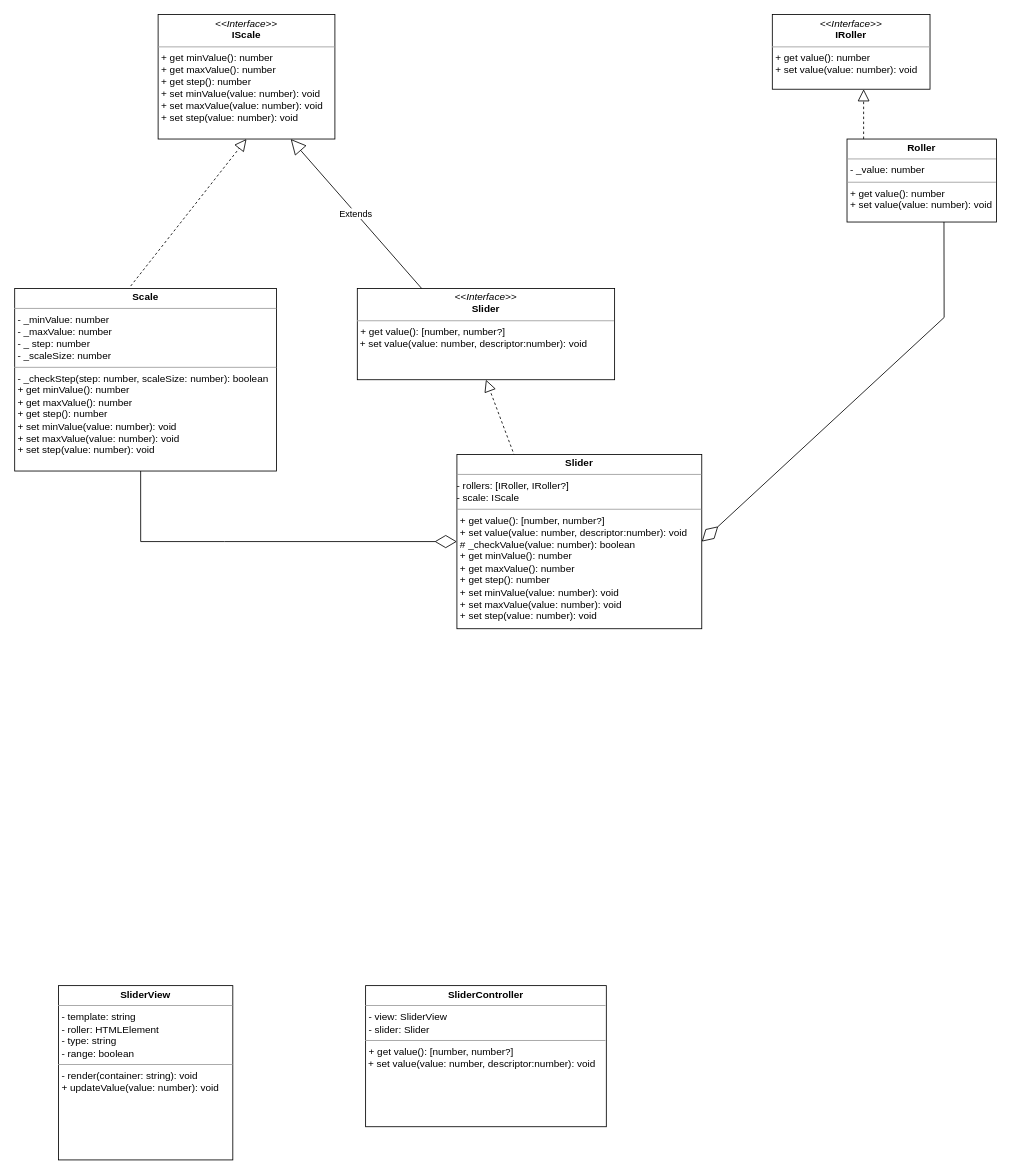
Above: documentation/uml-diagram.variant 2.drawio in AlexandrDyomin/range-slider-plugin (draw.io), before the change. Source tidied: cells renumbered, new cells numbered last; positions are measured from the earlier drawing's top-left corner, leaving out a move shared by most shapes. Both pictures are drawn from the tidied source at 83%, with x=0, y=0 at pixel (14, 14).
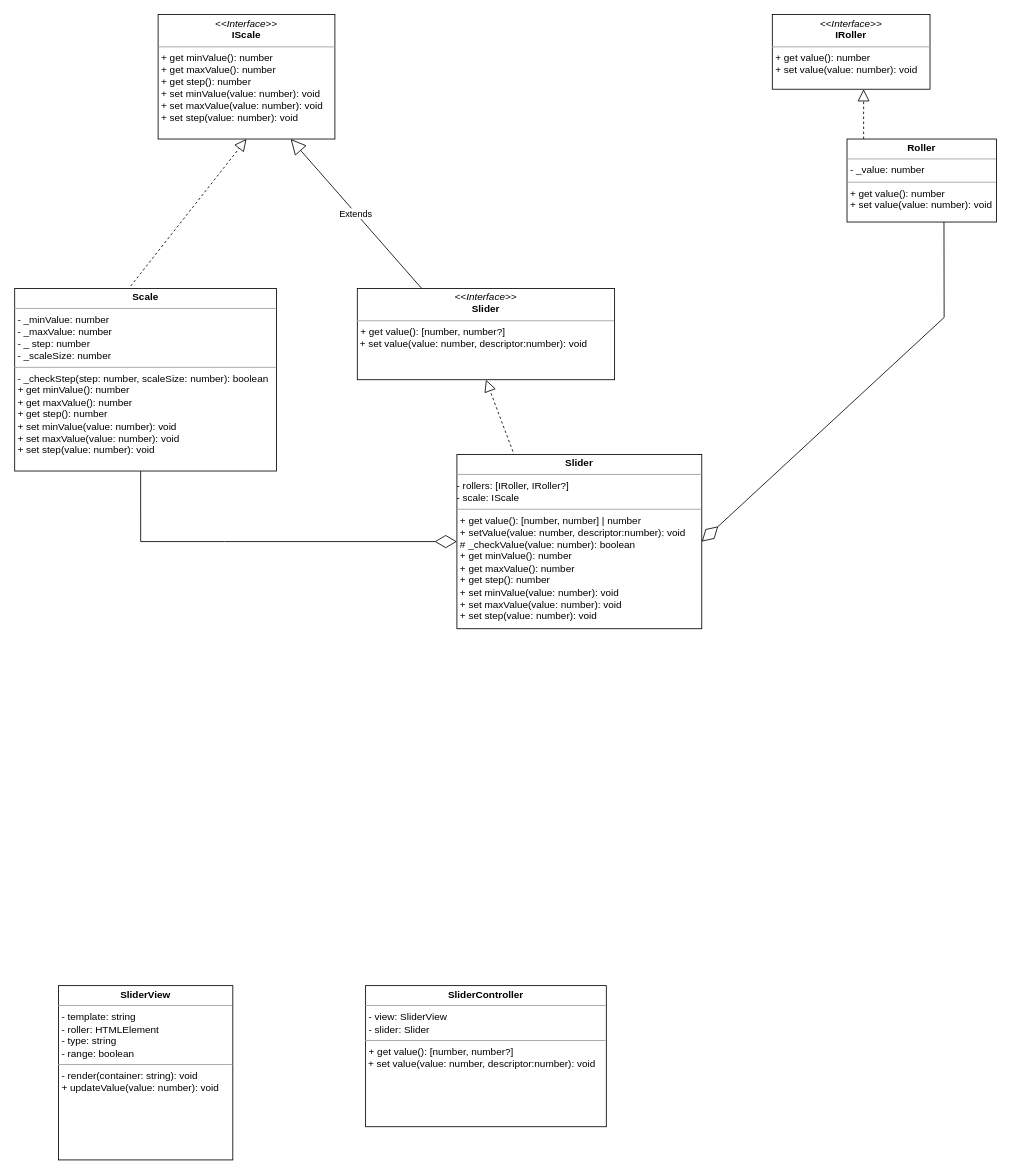
Above is the later version.

Commit message:
Изменил названия методов

Change to the diagram source:
```diff
@@
 <mxGraphModel>
   <root>
     <mxCell id="0" />
     <mxCell id="1" parent="0" />
     <mxCell id="2" value="&lt;p style=&quot;margin: 0px ; margin-top: 4px ; text-align: center&quot;&gt;&lt;i&gt;&amp;lt;&amp;lt;Interface&amp;gt;&amp;gt;&lt;/i&gt;&lt;br&gt;&lt;b&gt;IRoller&lt;/b&gt;&lt;/p&gt;&lt;hr size=&quot;1&quot;&gt;&lt;p style=&quot;margin: 0px ; margin-left: 4px&quot;&gt;&lt;span&gt;+ get value(): number&lt;/span&gt;&lt;br&gt;&lt;/p&gt;&lt;p style=&quot;margin: 0px 0px 0px 4px&quot;&gt;+ set value(value: number): void&lt;/p&gt;" style="verticalAlign=top;align=left;overflow=fill;fontSize=12;fontFamily=Helvetica;html=1;" parent="1" vertex="1">
       <mxGeometry x="913" width="190" height="90" as="geometry" />
     </mxCell>
     <mxCell id="3" value="&lt;p style=&quot;margin: 0px ; margin-top: 4px ; text-align: center&quot;&gt;&lt;i&gt;&amp;lt;&amp;lt;Interface&amp;gt;&amp;gt;&lt;/i&gt;&lt;br&gt;&lt;b&gt;IScale&lt;/b&gt;&lt;/p&gt;&lt;hr size=&quot;1&quot;&gt;&lt;p style=&quot;margin: 0px ; margin-left: 4px&quot;&gt;&lt;/p&gt;&lt;p style=&quot;margin: 0px ; margin-left: 4px&quot;&gt;+ get minValue(): number&lt;/p&gt;&lt;p style=&quot;margin: 0px ; margin-left: 4px&quot;&gt;+ get maxValue(): number&lt;br&gt;&lt;/p&gt;&lt;p style=&quot;margin: 0px ; margin-left: 4px&quot;&gt;+ get step(): number&lt;br&gt;&lt;/p&gt;&lt;p style=&quot;margin: 0px ; margin-left: 4px&quot;&gt;+ set minValue(value: number): void&lt;/p&gt;&lt;p style=&quot;margin: 0px ; margin-left: 4px&quot;&gt;+ set maxValue(value: number): void&lt;br&gt;&lt;/p&gt;&lt;p style=&quot;margin: 0px ; margin-left: 4px&quot;&gt;+ set step(value: number): void&lt;br&gt;&lt;/p&gt;" style="verticalAlign=top;align=left;overflow=fill;fontSize=12;fontFamily=Helvetica;html=1;" parent="1" vertex="1">
       <mxGeometry x="173" width="213" height="150" as="geometry" />
     </mxCell>
     <mxCell id="4" value="&lt;p style=&quot;margin: 0px ; margin-top: 4px ; text-align: center&quot;&gt;&lt;i&gt;&amp;lt;&amp;lt;Interface&amp;gt;&amp;gt;&lt;/i&gt;&lt;br&gt;&lt;b&gt;Slider&lt;/b&gt;&lt;/p&gt;&lt;hr size=&quot;1&quot;&gt;&lt;p style=&quot;margin: 0px ; margin-left: 4px&quot;&gt;+ get value(): [number, number?]&lt;/p&gt;&amp;nbsp;+ set value(value: number, descriptor:number): void" style="verticalAlign=top;align=left;overflow=fill;fontSize=12;fontFamily=Helvetica;html=1;" parent="1" vertex="1">
       <mxGeometry x="413" y="330" width="310" height="110" as="geometry" />
     </mxCell>
     <mxCell id="5" style="endArrow=block;dashed=1;endFill=0;endSize=12;html=1;rounded=0;exitX=0.5;exitY=1;exitDx=0;exitDy=0;entryX=0.5;entryY=1;entryDx=0;entryDy=0;" parent="1" edge="1" source="14" target="4">
       <mxGeometry relative="1" as="geometry" />
     </mxCell>
     <mxCell id="6" value="&lt;p style=&quot;margin: 0px ; margin-top: 4px ; text-align: center&quot;&gt;&lt;b&gt;Roller&lt;/b&gt;&lt;/p&gt;&lt;hr size=&quot;1&quot;&gt;&lt;p style=&quot;margin: 0px ; margin-left: 4px&quot;&gt;- _value: number&lt;/p&gt;&lt;hr size=&quot;1&quot;&gt;&lt;p style=&quot;margin: 0px ; margin-left: 4px&quot;&gt;+ get value(): number&lt;/p&gt;&lt;p style=&quot;margin: 0px ; margin-left: 4px&quot;&gt;+ set value(value: number): void&lt;/p&gt;" style="verticalAlign=top;align=left;overflow=fill;fontSize=12;fontFamily=Helvetica;html=1;" parent="1" vertex="1">
       <mxGeometry x="1003" y="150" width="180" height="100" as="geometry" />
     </mxCell>
     <mxCell id="7" value="&lt;p style=&quot;margin: 0px ; margin-top: 4px ; text-align: center&quot;&gt;&lt;b&gt;Scale&lt;/b&gt;&lt;/p&gt;&lt;hr size=&quot;1&quot;&gt;&lt;p style=&quot;margin: 0px ; margin-left: 4px&quot;&gt;- _minValue: number&lt;/p&gt;&lt;p style=&quot;margin: 0px ; margin-left: 4px&quot;&gt;- _maxValue: number&lt;/p&gt;&lt;p style=&quot;margin: 0px ; margin-left: 4px&quot;&gt;- _ step: number&lt;/p&gt;&lt;p style=&quot;margin: 0px ; margin-left: 4px&quot;&gt;- _scaleSize: number&lt;/p&gt;&lt;hr size=&quot;1&quot;&gt;&lt;p style=&quot;margin: 0px 0px 0px 4px&quot;&gt;- _checkStep(step: number, scaleSize: number): boolean&lt;/p&gt;&lt;p style=&quot;margin: 0px 0px 0px 4px&quot;&gt;+ get minValue(): number&lt;/p&gt;&lt;p style=&quot;margin: 0px 0px 0px 4px&quot;&gt;+ get maxValue(): number&lt;br&gt;&lt;/p&gt;&lt;p style=&quot;margin: 0px 0px 0px 4px&quot;&gt;+ get step(): number&lt;br&gt;&lt;/p&gt;&lt;p style=&quot;margin: 0px 0px 0px 4px&quot;&gt;+ set minValue(value: number): void&lt;/p&gt;&lt;p style=&quot;margin: 0px 0px 0px 4px&quot;&gt;+ set maxValue(value: number): void&lt;br&gt;&lt;/p&gt;&lt;p style=&quot;margin: 0px 0px 0px 4px&quot;&gt;+ set step(value: number): void&lt;/p&gt;" style="verticalAlign=top;align=left;overflow=fill;fontSize=12;fontFamily=Helvetica;html=1;" parent="1" vertex="1">
       <mxGeometry x="0.2" y="330" width="315.5" height="220" as="geometry" />
     </mxCell>
     <mxCell id="8" style="endArrow=block;dashed=1;endFill=0;endSize=12;html=1;rounded=0;" parent="1" edge="1">
       <mxGeometry relative="1" as="geometry">
         <mxPoint x="1023" y="150" as="sourcePoint" />
         <mxPoint x="1023" y="90" as="targetPoint" />
       </mxGeometry>
     </mxCell>
     <mxCell id="9" style="endArrow=block;dashed=1;endFill=0;endSize=12;html=1;rounded=0;exitX=0.443;exitY=-0.013;exitDx=0;exitDy=0;entryX=0.5;entryY=1;entryDx=0;entryDy=0;exitPerimeter=0;" parent="1" edge="1" source="7" target="3">
       <mxGeometry relative="1" as="geometry" />
     </mxCell>
     <mxCell id="10" style="endArrow=diamondThin;endFill=0;endSize=24;html=1;rounded=0;entryX=1;entryY=0.5;entryDx=0;entryDy=0;exitX=0.649;exitY=1;exitDx=0;exitDy=0;exitPerimeter=0;" parent="1" edge="1" source="6" target="14">
       <mxGeometry relative="1" as="geometry">
         <Array as="points">
           <mxPoint x="1120" y="365" />
         </Array>
       </mxGeometry>
     </mxCell>
     <mxCell id="11" style="endArrow=diamondThin;endFill=0;endSize=24;html=1;rounded=0;entryX=0;entryY=0.5;entryDx=0;entryDy=0;exitX=0.481;exitY=1;exitDx=0;exitDy=0;exitPerimeter=0;" parent="1" edge="1" source="7" target="14">
       <mxGeometry relative="1" as="geometry">
         <Array as="points">
           <mxPoint x="152" y="635" />
           <mxPoint x="253" y="635" />
         </Array>
       </mxGeometry>
     </mxCell>
     <mxCell id="12" value="&lt;p style=&quot;margin: 0px ; margin-top: 4px ; text-align: center&quot;&gt;&lt;b&gt;SliderView&lt;/b&gt;&lt;/p&gt;&lt;hr size=&quot;1&quot;&gt;&lt;p style=&quot;margin: 0px ; margin-left: 4px&quot;&gt;- template: string&lt;/p&gt;&lt;p style=&quot;margin: 0px 0px 0px 4px&quot;&gt;- roller: HTMLElement&lt;br&gt;&lt;/p&gt;&lt;p style=&quot;margin: 0px 0px 0px 4px&quot;&gt;- type: string&lt;/p&gt;&lt;p style=&quot;margin: 0px 0px 0px 4px&quot;&gt;- range: boolean&lt;br&gt;&lt;/p&gt;&lt;hr size=&quot;1&quot;&gt;&lt;p style=&quot;margin: 0px ; margin-left: 4px&quot;&gt;- render(container: string): void&lt;/p&gt;&lt;p style=&quot;margin: 0px ; margin-left: 4px&quot;&gt;+ updateValue(value: number): void&lt;/p&gt;" style="verticalAlign=top;align=left;overflow=fill;fontSize=12;fontFamily=Helvetica;html=1;" parent="1" vertex="1">
       <mxGeometry x="53" y="1170" width="210" height="210" as="geometry" />
     </mxCell>
     <mxCell id="13" value="&lt;p style=&quot;margin: 0px ; margin-top: 4px ; text-align: center&quot;&gt;&lt;b&gt;SliderController&lt;/b&gt;&lt;/p&gt;&lt;hr size=&quot;1&quot;&gt;&lt;p style=&quot;margin: 0px ; margin-left: 4px&quot;&gt;- view: SliderView&lt;/p&gt;&lt;p style=&quot;margin: 0px ; margin-left: 4px&quot;&gt;- slider: Slider&lt;/p&gt;&lt;hr size=&quot;1&quot;&gt;&lt;p style=&quot;margin: 0px ; margin-left: 4px&quot;&gt;+ get value(): [number, number?]&lt;/p&gt;&amp;nbsp;+ set value(value: number, descriptor:number): void" style="verticalAlign=top;align=left;overflow=fill;fontSize=12;fontFamily=Helvetica;html=1;" parent="1" vertex="1">
       <mxGeometry x="423" y="1170" width="290" height="170" as="geometry" />
     </mxCell>
-    <mxCell id="14" value="&lt;p style=&quot;margin: 0px ; margin-top: 4px ; text-align: center&quot;&gt;&lt;b&gt;Slider&lt;/b&gt;&lt;/p&gt;&lt;hr size=&quot;1&quot;&gt;&lt;div&gt;- rollers: [IRoller, IRoller?]&lt;/div&gt;&lt;div&gt;- scale: IScale&lt;/div&gt;&lt;hr size=&quot;1&quot;&gt;&lt;p style=&quot;margin: 0px ; margin-left: 4px&quot;&gt;+ get value(): [number, number?]&lt;/p&gt;&lt;p style=&quot;margin: 0px ; margin-left: 4px&quot;&gt;+ set value(value: number, descriptor:number): void&lt;/p&gt;&lt;p style=&quot;margin: 0px 0px 0px 4px&quot;&gt;# _checkValue(value: number): boolean&lt;/p&gt;&lt;p style=&quot;margin: 0px 0px 0px 4px&quot;&gt;+ get minValue(): number&lt;/p&gt;&lt;p style=&quot;margin: 0px 0px 0px 4px&quot;&gt;+ get maxValue(): number&lt;br&gt;&lt;/p&gt;&lt;p style=&quot;margin: 0px 0px 0px 4px&quot;&gt;+ get step(): number&lt;br&gt;&lt;/p&gt;&lt;p style=&quot;margin: 0px 0px 0px 4px&quot;&gt;+ set minValue(value: number): void&lt;/p&gt;&lt;p style=&quot;margin: 0px 0px 0px 4px&quot;&gt;+ set maxValue(value: number): void&lt;br&gt;&lt;/p&gt;&lt;p style=&quot;margin: 0px 0px 0px 4px&quot;&gt;+ set step(value: number): void&lt;/p&gt;" style="verticalAlign=top;align=left;overflow=fill;fontSize=12;fontFamily=Helvetica;html=1;" parent="1" vertex="1">
+    <mxCell id="14" value="&lt;p style=&quot;margin: 0px ; margin-top: 4px ; text-align: center&quot;&gt;&lt;b&gt;Slider&lt;/b&gt;&lt;/p&gt;&lt;hr size=&quot;1&quot;&gt;&lt;div&gt;- rollers: [IRoller, IRoller?]&lt;/div&gt;&lt;div&gt;- scale: IScale&lt;/div&gt;&lt;hr size=&quot;1&quot;&gt;&lt;p style=&quot;margin: 0px ; margin-left: 4px&quot;&gt;+ get value(): [number, number] | number&lt;br&gt;&lt;/p&gt;&lt;p style=&quot;margin: 0px ; margin-left: 4px&quot;&gt;+ setValue(value: number, descriptor:number): void&lt;/p&gt;&lt;p style=&quot;margin: 0px 0px 0px 4px&quot;&gt;# _checkValue(value: number): boolean&lt;/p&gt;&lt;p style=&quot;margin: 0px 0px 0px 4px&quot;&gt;+ get minValue(): number&lt;/p&gt;&lt;p style=&quot;margin: 0px 0px 0px 4px&quot;&gt;+ get maxValue(): number&lt;br&gt;&lt;/p&gt;&lt;p style=&quot;margin: 0px 0px 0px 4px&quot;&gt;+ get step(): number&lt;br&gt;&lt;/p&gt;&lt;p style=&quot;margin: 0px 0px 0px 4px&quot;&gt;+ set minValue(value: number): void&lt;/p&gt;&lt;p style=&quot;margin: 0px 0px 0px 4px&quot;&gt;+ set maxValue(value: number): void&lt;br&gt;&lt;/p&gt;&lt;p style=&quot;margin: 0px 0px 0px 4px&quot;&gt;+ set step(value: number): void&lt;/p&gt;" style="verticalAlign=top;align=left;overflow=fill;fontSize=12;fontFamily=Helvetica;html=1;" parent="1" vertex="1">
       <mxGeometry x="533" y="530" width="295" height="210" as="geometry" />
     </mxCell>
     <mxCell id="15" value="Extends" style="endArrow=block;endSize=16;endFill=0;html=1;rounded=0;exitX=0.25;exitY=0;exitDx=0;exitDy=0;entryX=0.75;entryY=1;entryDx=0;entryDy=0;" parent="1" edge="1" source="4" target="3">
       <mxGeometry relative="1" as="geometry" />
     </mxCell>
   </root>
 </mxGraphModel>
```
